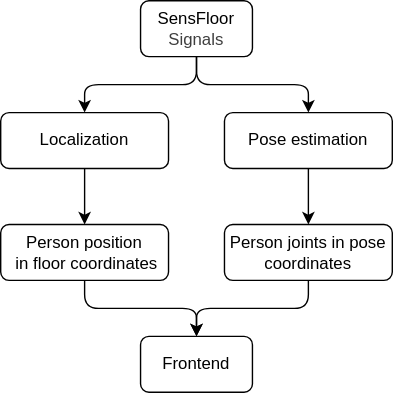
The draw.io diagram img/methods-overview.drawio.svg in sensfloor/sensfloor-paper, before a commit. Source tidied: cells renumbered, new cells last; positions are measured from the earlier drawing's top-left corner, leaving out a move shared by most shapes. Its diagram source:
```xml
<mxGraphModel>
  <root>
    <mxCell id="0" />
    <mxCell id="1" parent="0" />
    <mxCell id="2" style="edgeStyle=none;html=1;entryX=0.5;entryY=0;entryDx=0;entryDy=0;" parent="1" edge="1" source="4" target="8">
      <mxGeometry relative="1" as="geometry">
        <Array as="points">
          <mxPoint x="140" y="60" />
          <mxPoint x="60" y="60" />
        </Array>
      </mxGeometry>
    </mxCell>
    <mxCell id="3" style="edgeStyle=none;html=1;entryX=0.5;entryY=0;entryDx=0;entryDy=0;" parent="1" edge="1" source="4" target="6">
      <mxGeometry relative="1" as="geometry">
        <Array as="points">
          <mxPoint x="140" y="60" />
          <mxPoint x="220" y="60" />
        </Array>
      </mxGeometry>
    </mxCell>
    <mxCell id="4" value="SensFloor&lt;div&gt;&lt;span style=&quot;color: rgb(63, 63, 63); background-color: transparent;&quot;&gt;Signals&lt;/span&gt;&lt;/div&gt;" style="rounded=1;whiteSpace=wrap;html=1;" parent="1" vertex="1">
      <mxGeometry x="100" width="80" height="40" as="geometry" />
    </mxCell>
    <mxCell id="5" style="edgeStyle=none;html=1;entryX=0.5;entryY=0;entryDx=0;entryDy=0;" parent="1" edge="1" source="6" target="12">
      <mxGeometry relative="1" as="geometry" />
    </mxCell>
    <mxCell id="6" value="Pose estimation" style="rounded=1;whiteSpace=wrap;html=1;" parent="1" vertex="1">
      <mxGeometry x="160" y="80" width="120" height="40" as="geometry" />
    </mxCell>
    <mxCell id="7" style="edgeStyle=none;html=1;entryX=0.5;entryY=0;entryDx=0;entryDy=0;" parent="1" edge="1" source="8" target="10">
      <mxGeometry relative="1" as="geometry" />
    </mxCell>
    <mxCell id="8" value="Localization" style="rounded=1;whiteSpace=wrap;html=1;" parent="1" vertex="1">
      <mxGeometry y="80" width="120" height="40" as="geometry" />
    </mxCell>
    <mxCell id="9" style="edgeStyle=none;html=1;entryX=0.5;entryY=0;entryDx=0;entryDy=0;" parent="1" edge="1" source="10" target="13">
      <mxGeometry relative="1" as="geometry">
        <Array as="points">
          <mxPoint x="60" y="220" />
          <mxPoint x="140" y="220" />
        </Array>
      </mxGeometry>
    </mxCell>
    <mxCell id="10" value="Person position&lt;div&gt;&amp;nbsp;in floor coordinates&lt;/div&gt;" style="rounded=1;whiteSpace=wrap;html=1;" parent="1" vertex="1">
      <mxGeometry y="160" width="120" height="40" as="geometry" />
    </mxCell>
    <mxCell id="11" style="edgeStyle=none;html=1;entryX=0.5;entryY=0;entryDx=0;entryDy=0;" parent="1" edge="1" source="12" target="13">
      <mxGeometry relative="1" as="geometry">
        <Array as="points">
          <mxPoint x="220" y="220" />
          <mxPoint x="140" y="220" />
        </Array>
      </mxGeometry>
    </mxCell>
    <mxCell id="12" value="Person joints in pose coordinates" style="rounded=1;whiteSpace=wrap;html=1;" parent="1" vertex="1">
      <mxGeometry x="160" y="160" width="120" height="40" as="geometry" />
    </mxCell>
    <mxCell id="13" value="Frontend" style="rounded=1;whiteSpace=wrap;html=1;" parent="1" vertex="1">
      <mxGeometry x="100" y="240" width="80" height="40" as="geometry" />
    </mxCell>
  </root>
</mxGraphModel>
```
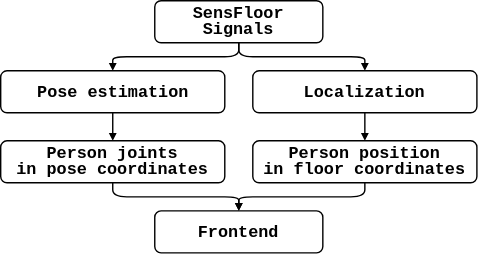
After the commit.

Commit message:
Add methods overview diagram

Change to the diagram source:
```diff
@@ -2,61 +2,75 @@
   <root>
     <mxCell id="0" />
     <mxCell id="1" parent="0" />
-    <mxCell id="2" style="edgeStyle=none;html=1;entryX=0.5;entryY=0;entryDx=0;entryDy=0;" parent="1" edge="1" source="4" target="8">
-      <mxGeometry relative="1" as="geometry">
-        <Array as="points">
-          <mxPoint x="140" y="60" />
-          <mxPoint x="60" y="60" />
-        </Array>
-      </mxGeometry>
-    </mxCell>
-    <mxCell id="3" style="edgeStyle=none;html=1;entryX=0.5;entryY=0;entryDx=0;entryDy=0;" parent="1" edge="1" source="4" target="6">
-      <mxGeometry relative="1" as="geometry">
-        <Array as="points">
-          <mxPoint x="140" y="60" />
-          <mxPoint x="220" y="60" />
-        </Array>
-      </mxGeometry>
-    </mxCell>
+    <mxCell id="14" style="edgeStyle=orthogonalEdgeStyle;rounded=1;jettySize=auto;html=1;entryX=0.5;entryY=0;entryDx=0;entryDy=0;curved=0;endArrow=block;endFill=1;startSize=2;endSize=3;" parent="1" edge="1" source="4">
+      <mxGeometry relative="1" as="geometry">
+        <mxPoint x="130" y="120" as="targetPoint" />
+        <Array as="points">
+          <mxPoint x="220" y="110" />
+          <mxPoint x="130" y="110" />
+        </Array>
+      </mxGeometry>
+    </mxCell>
-    <mxCell id="4" value="SensFloor&lt;div&gt;&lt;span style=&quot;color: rgb(63, 63, 63); background-color: transparent;&quot;&gt;Signals&lt;/span&gt;&lt;/div&gt;" style="rounded=1;whiteSpace=wrap;html=1;" parent="1" vertex="1">
-      <mxGeometry x="100" width="80" height="40" as="geometry" />
+    <mxCell id="4" value="&lt;div style=&quot;line-height: 80%;&quot;&gt;&lt;font face=&quot;Courier New&quot; style=&quot;color: rgb(0, 0, 0);&quot;&gt;&lt;b&gt;SensFloor&lt;/b&gt;&lt;/font&gt;&lt;div&gt;&lt;span style=&quot;background-color: transparent;&quot;&gt;&lt;font face=&quot;Courier New&quot; style=&quot;color: rgb(0, 0, 0);&quot;&gt;&lt;b style=&quot;&quot;&gt;Signals&lt;/b&gt;&lt;/font&gt;&lt;/span&gt;&lt;/div&gt;&lt;/div&gt;" style="rounded=1;whiteSpace=wrap;html=1;" parent="1" vertex="1">
+      <mxGeometry x="160" y="70" width="120" height="30" as="geometry" />
     </mxCell>
-    <mxCell id="5" style="edgeStyle=none;html=1;entryX=0.5;entryY=0;entryDx=0;entryDy=0;" parent="1" edge="1" source="6" target="12">
-      <mxGeometry relative="1" as="geometry" />
-    </mxCell>
+    <mxCell id="13" value="&lt;font face=&quot;Courier New&quot;&gt;&lt;b&gt;Frontend&lt;/b&gt;&lt;/font&gt;" style="rounded=1;whiteSpace=wrap;html=1;" parent="1" vertex="1">
+      <mxGeometry x="160" y="220" width="120" height="30" as="geometry" />
+    </mxCell>
+    <mxCell id="15" style="edgeStyle=orthogonalEdgeStyle;rounded=1;jettySize=auto;html=1;entryX=0.5;entryY=0;entryDx=0;entryDy=0;curved=0;endArrow=block;endFill=1;startSize=2;endSize=3;exitX=0.5;exitY=1;exitDx=0;exitDy=0;" parent="1" edge="1" source="4">
+      <mxGeometry relative="1" as="geometry">
+        <mxPoint x="310" y="120" as="targetPoint" />
+        <Array as="points">
+          <mxPoint x="220" y="110" />
+          <mxPoint x="310" y="110" />
+        </Array>
+      </mxGeometry>
+    </mxCell>
+    <mxCell id="16" style="edgeStyle=orthogonalEdgeStyle;rounded=1;orthogonalLoop=1;jettySize=auto;html=1;entryX=0.5;entryY=0;entryDx=0;entryDy=0;curved=0;endArrow=block;endFill=1;startSize=2;endSize=3;exitX=0.5;exitY=1;exitDx=0;exitDy=0;" parent="1" edge="1">
+      <mxGeometry relative="1" as="geometry">
+        <mxPoint x="130" y="150" as="sourcePoint" />
+        <mxPoint x="130" y="170" as="targetPoint" />
+        <Array as="points">
+          <mxPoint x="130" y="160" />
+          <mxPoint x="130" y="160" />
+        </Array>
+      </mxGeometry>
+    </mxCell>
+    <mxCell id="17" style="edgeStyle=orthogonalEdgeStyle;rounded=1;orthogonalLoop=1;jettySize=auto;html=1;entryX=0.5;entryY=0;entryDx=0;entryDy=0;curved=0;endArrow=block;endFill=1;startSize=2;endSize=3;exitX=0.5;exitY=1;exitDx=0;exitDy=0;" parent="1" edge="1">
+      <mxGeometry relative="1" as="geometry">
+        <mxPoint x="310" y="150" as="sourcePoint" />
+        <mxPoint x="310" y="170" as="targetPoint" />
+      </mxGeometry>
+    </mxCell>
+    <mxCell id="18" style="edgeStyle=orthogonalEdgeStyle;rounded=1;jettySize=auto;html=1;entryX=0.5;entryY=0;entryDx=0;entryDy=0;curved=0;endArrow=block;endFill=1;startSize=2;endSize=3;exitX=0.5;exitY=1;exitDx=0;exitDy=0;" parent="1" edge="1" target="13">
+      <mxGeometry relative="1" as="geometry">
+        <mxPoint x="130" y="200" as="sourcePoint" />
+        <Array as="points">
+          <mxPoint x="130" y="210" />
+          <mxPoint x="220" y="210" />
+        </Array>
+      </mxGeometry>
+    </mxCell>
+    <mxCell id="19" style="edgeStyle=orthogonalEdgeStyle;rounded=1;jettySize=auto;html=1;entryX=0.5;entryY=0;entryDx=0;entryDy=0;curved=0;endArrow=block;endFill=1;startSize=2;endSize=3;exitX=0.5;exitY=1;exitDx=0;exitDy=0;" parent="1" edge="1" target="13">
+      <mxGeometry relative="1" as="geometry">
+        <mxPoint x="310" y="200" as="sourcePoint" />
+        <Array as="points">
+          <mxPoint x="310" y="210" />
+          <mxPoint x="220" y="210" />
+        </Array>
+      </mxGeometry>
+    </mxCell>
-    <mxCell id="6" value="Pose estimation" style="rounded=1;whiteSpace=wrap;html=1;" parent="1" vertex="1">
-      <mxGeometry x="160" y="80" width="120" height="40" as="geometry" />
+    <mxCell id="6" value="&lt;font face=&quot;Courier New&quot;&gt;&lt;b&gt;Pose estimation&lt;/b&gt;&lt;/font&gt;" style="rounded=1;html=1;" parent="1" vertex="1">
+      <mxGeometry x="50" y="120" width="160" height="30" as="geometry" />
     </mxCell>
-    <mxCell id="7" style="edgeStyle=none;html=1;entryX=0.5;entryY=0;entryDx=0;entryDy=0;" parent="1" edge="1" source="8" target="10">
-      <mxGeometry relative="1" as="geometry" />
-    </mxCell>
-    <mxCell id="8" value="Localization" style="rounded=1;whiteSpace=wrap;html=1;" parent="1" vertex="1">
-      <mxGeometry y="80" width="120" height="40" as="geometry" />
+    <mxCell id="8" value="&lt;font face=&quot;Courier New&quot;&gt;&lt;b&gt;Localization&lt;/b&gt;&lt;/font&gt;" style="rounded=1;whiteSpace=wrap;html=1;" parent="1" vertex="1">
+      <mxGeometry x="230" y="120" width="160" height="30" as="geometry" />
     </mxCell>
-    <mxCell id="9" style="edgeStyle=none;html=1;entryX=0.5;entryY=0;entryDx=0;entryDy=0;" parent="1" edge="1" source="10" target="13">
-      <mxGeometry relative="1" as="geometry">
-        <Array as="points">
-          <mxPoint x="60" y="220" />
-          <mxPoint x="140" y="220" />
-        </Array>
-      </mxGeometry>
-    </mxCell>
-    <mxCell id="10" value="Person position&lt;div&gt;&amp;nbsp;in floor coordinates&lt;/div&gt;" style="rounded=1;whiteSpace=wrap;html=1;" parent="1" vertex="1">
-      <mxGeometry y="160" width="120" height="40" as="geometry" />
+    <mxCell id="10" value="&lt;div style=&quot;line-height: 80%;&quot;&gt;&lt;font face=&quot;Courier New&quot;&gt;&lt;b&gt;Person position&lt;/b&gt;&lt;/font&gt;&lt;div&gt;&lt;b style=&quot;background-color: transparent; color: light-dark(rgb(0, 0, 0), rgb(255, 255, 255)); font-family: &amp;quot;Courier New&amp;quot;;&quot;&gt;in floor coordinates&lt;/b&gt;&lt;/div&gt;&lt;/div&gt;" style="rounded=1;whiteSpace=wrap;html=1;" parent="1" vertex="1">
+      <mxGeometry x="230" y="170" width="160" height="30" as="geometry" />
     </mxCell>
-    <mxCell id="11" style="edgeStyle=none;html=1;entryX=0.5;entryY=0;entryDx=0;entryDy=0;" parent="1" edge="1" source="12" target="13">
-      <mxGeometry relative="1" as="geometry">
-        <Array as="points">
-          <mxPoint x="220" y="220" />
-          <mxPoint x="140" y="220" />
-        </Array>
-      </mxGeometry>
-    </mxCell>
-    <mxCell id="12" value="Person joints in pose coordinates" style="rounded=1;whiteSpace=wrap;html=1;" parent="1" vertex="1">
-      <mxGeometry x="160" y="160" width="120" height="40" as="geometry" />
+    <mxCell id="12" value="&lt;div style=&quot;line-height: 80%;&quot;&gt;&lt;font face=&quot;Courier New&quot;&gt;&lt;b&gt;Person joints&lt;/b&gt;&lt;/font&gt;&lt;/div&gt;&lt;div style=&quot;line-height: 80%;&quot;&gt;&lt;font face=&quot;Courier New&quot;&gt;&lt;b&gt;in pose&amp;nbsp;&lt;/b&gt;&lt;/font&gt;&lt;b style=&quot;font-family: &amp;quot;Courier New&amp;quot;; background-color: transparent; color: light-dark(rgb(0, 0, 0), rgb(255, 255, 255));&quot;&gt;coordinates&lt;/b&gt;&lt;/div&gt;" style="rounded=1;html=1;spacing=2;whiteSpace=wrap;spacingBottom=0;spacingTop=0;" parent="1" vertex="1">
+      <mxGeometry x="50" y="170" width="160" height="30" as="geometry" />
     </mxCell>
-    <mxCell id="13" value="Frontend" style="rounded=1;whiteSpace=wrap;html=1;" parent="1" vertex="1">
-      <mxGeometry x="100" y="240" width="80" height="40" as="geometry" />
-    </mxCell>
   </root>
 </mxGraphModel>
```
